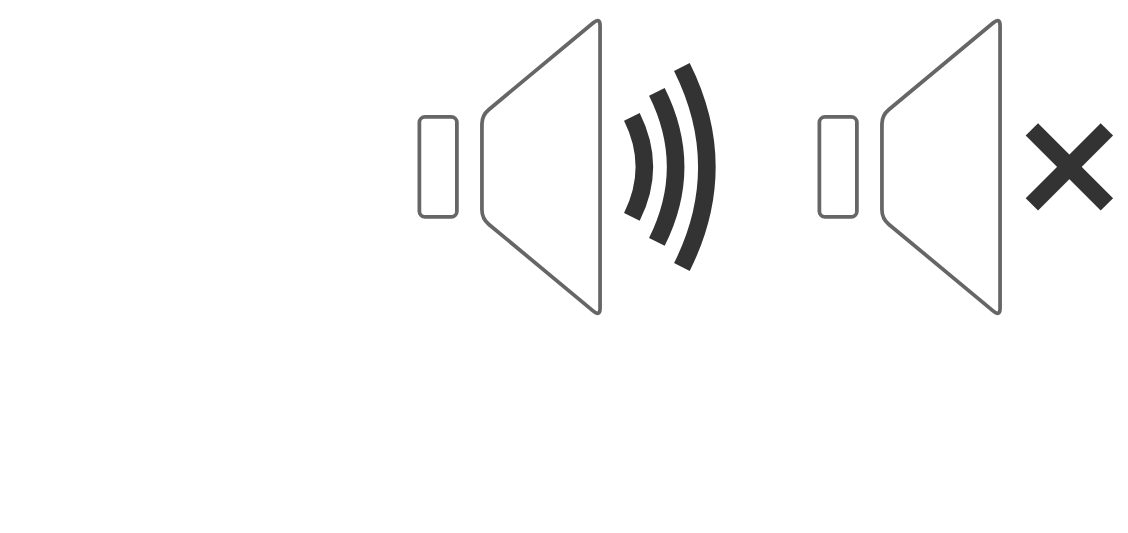
Earlier version of the draw.io diagram misc/images/button-icons.drawio (boytchev/scorm). Source tidied: cells renumbered, new cells numbered last; positions are measured from the earlier drawing's top-left corner, leaving out a move shared by most shapes. Both pictures are drawn from the tidied source at 125%, with x=0, y=0 at pixel (390, 66).
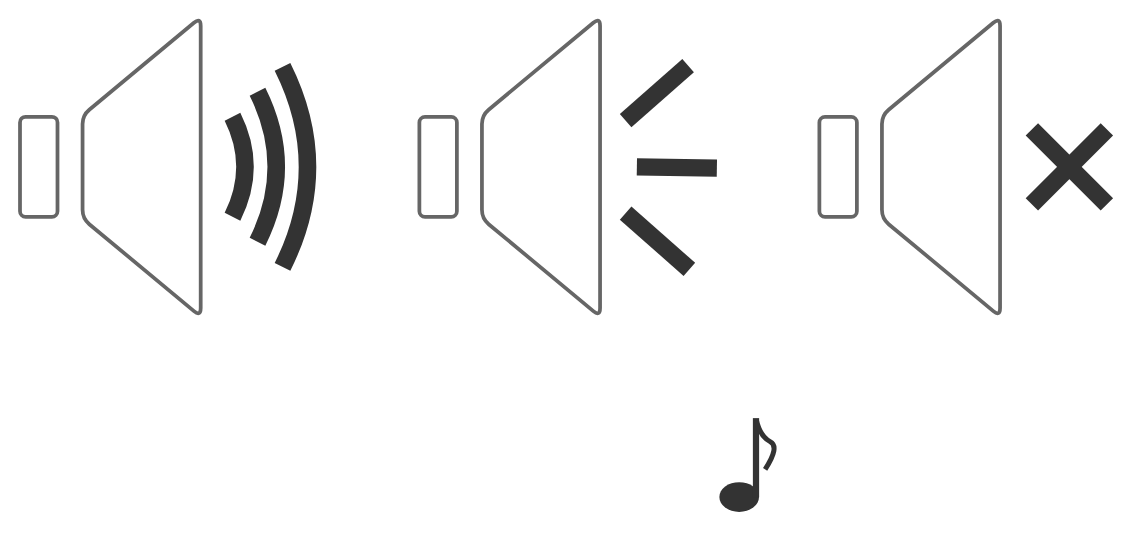
Above is the later version.

The edit, as a diff of the source:
```diff
@@
-    <mxCell id="4" style="endArrow=none;html=1;strokeColor=#333333;strokeWidth=14;curved=1;" parent="1" edge="1">
-      <mxGeometry relative="1" as="geometry">
-        <mxPoint x="193" y="120" as="sourcePoint" />
-        <mxPoint x="193" y="40" as="targetPoint" />
-        <Array as="points">
-          <mxPoint x="213" y="80" />
-        </Array>
-      </mxGeometry>
-    </mxCell>
-    <mxCell id="5" style="endArrow=none;html=1;strokeColor=#333333;strokeWidth=14;curved=1;" parent="1" edge="1">
-      <mxGeometry relative="1" as="geometry">
-        <mxPoint x="213" y="140" as="sourcePoint" />
-        <mxPoint x="213" y="20" as="targetPoint" />
-        <Array as="points">
-          <mxPoint x="243" y="80" />
-        </Array>
-      </mxGeometry>
-    </mxCell>
-    <mxCell id="6" style="endArrow=none;html=1;strokeColor=#333333;strokeWidth=14;curved=1;" parent="1" edge="1">
-      <mxGeometry relative="1" as="geometry">
-        <mxPoint x="233" y="160.1" as="sourcePoint" />
-        <mxPoint x="233" y="0.1" as="targetPoint" />
-        <Array as="points">
-          <mxPoint x="273" y="80.1" />
-        </Array>
-      </mxGeometry>
-    </mxCell>
@@
+    <mxCell id="11" style="rounded=1;whiteSpace=wrap;html=1;strokeWidth=3;fillColor=none;perimeterSpacing=3;strokeColor=#666666;" parent="1" vertex="1">
+      <mxGeometry x="-296.5" y="39.9" width="30" height="80" as="geometry" />
+    </mxCell>
+    <mxCell id="12" style="shape=trapezoid;perimeter=trapezoidPerimeter;whiteSpace=wrap;html=1;fixedSize=1;rounded=1;strokeWidth=3;fillColor=none;rotation=-90;arcSize=14;size=78.47501046316967;strokeColor=#666666;" parent="1" vertex="1">
+      <mxGeometry x="-319" y="32.8" width="239.6" height="94.5" as="geometry" />
+    </mxCell>
+    <mxCell id="13" style="endArrow=none;html=1;strokeColor=#333333;strokeWidth=14;curved=1;" parent="1" edge="1">
+      <mxGeometry relative="1" as="geometry">
+        <mxPoint x="-126.5" y="119.9" as="sourcePoint" />
+        <mxPoint x="-126.5" y="39.9" as="targetPoint" />
+        <Array as="points">
+          <mxPoint x="-106.5" y="79.9" />
+        </Array>
+      </mxGeometry>
+    </mxCell>
+    <mxCell id="14" style="endArrow=none;html=1;strokeColor=#333333;strokeWidth=14;curved=1;" parent="1" edge="1">
+      <mxGeometry relative="1" as="geometry">
+        <mxPoint x="-106.5" y="139.9" as="sourcePoint" />
+        <mxPoint x="-106.5" y="19.9" as="targetPoint" />
+        <Array as="points">
+          <mxPoint x="-76.5" y="79.9" />
+        </Array>
+      </mxGeometry>
+    </mxCell>
+    <mxCell id="15" style="endArrow=none;html=1;strokeColor=#333333;strokeWidth=14;curved=1;" parent="1" edge="1">
+      <mxGeometry relative="1" as="geometry">
+        <mxPoint x="-86.5" y="160" as="sourcePoint" />
+        <mxPoint x="-86.5" as="targetPoint" />
+        <Array as="points">
+          <mxPoint x="-46.5" y="80" />
+        </Array>
+      </mxGeometry>
+    </mxCell>
+    <mxCell id="16" style="group;" parent="1" vertex="1">
+      <mxGeometry x="263" y="280" width="47.5" height="76" as="geometry" />
+    </mxCell>
+    <mxCell id="17" style="ellipse;whiteSpace=wrap;html=1;fillColor=#333333;strokeColor=none;" parent="16" vertex="1">
+      <mxGeometry y="52.2" width="31.7" height="23.8" as="geometry" />
+    </mxCell>
+    <mxCell id="18" style="rounded=0;whiteSpace=wrap;html=1;fillColor=#333333;strokeColor=none;strokeWidth=0.5;" parent="16" vertex="1">
+      <mxGeometry x="26.8" y="1" width="5" height="63.3" as="geometry" />
+    </mxCell>
+    <mxCell id="19" style="endArrow=none;html=1;strokeColor=#333333;strokeWidth=4;curved=1;" parent="16" edge="1">
+      <mxGeometry relative="1" as="geometry">
+        <mxPoint x="36.6" y="42" as="sourcePoint" />
+        <mxPoint x="29.5" y="2.4" as="targetPoint" />
+        <Array as="points">
+          <mxPoint x="48.5" y="23.8" />
+          <mxPoint x="32.7" y="15.8" />
+        </Array>
+      </mxGeometry>
+    </mxCell>
+    <mxCell id="20" style="endArrow=none;html=1;strokeColor=#333333;strokeWidth=14;curved=1;" parent="1" edge="1">
+      <mxGeometry relative="1" as="geometry">
+        <mxPoint x="238" y="-1" as="sourcePoint" />
+        <mxPoint x="188" y="43" as="targetPoint" />
+      </mxGeometry>
+    </mxCell>
+    <mxCell id="21" style="endArrow=none;html=1;strokeColor=#333333;strokeWidth=14;curved=1;" parent="1" edge="1">
+      <mxGeometry relative="1" as="geometry">
+        <mxPoint x="239" y="162" as="sourcePoint" />
+        <mxPoint x="188" y="117" as="targetPoint" />
+      </mxGeometry>
+    </mxCell>
+    <mxCell id="22" style="endArrow=none;html=1;strokeColor=#333333;strokeWidth=14;curved=1;" parent="1" edge="1">
+      <mxGeometry relative="1" as="geometry">
+        <mxPoint x="261" y="81" as="sourcePoint" />
+        <mxPoint x="197" y="80" as="targetPoint" />
+      </mxGeometry>
+    </mxCell>
```
